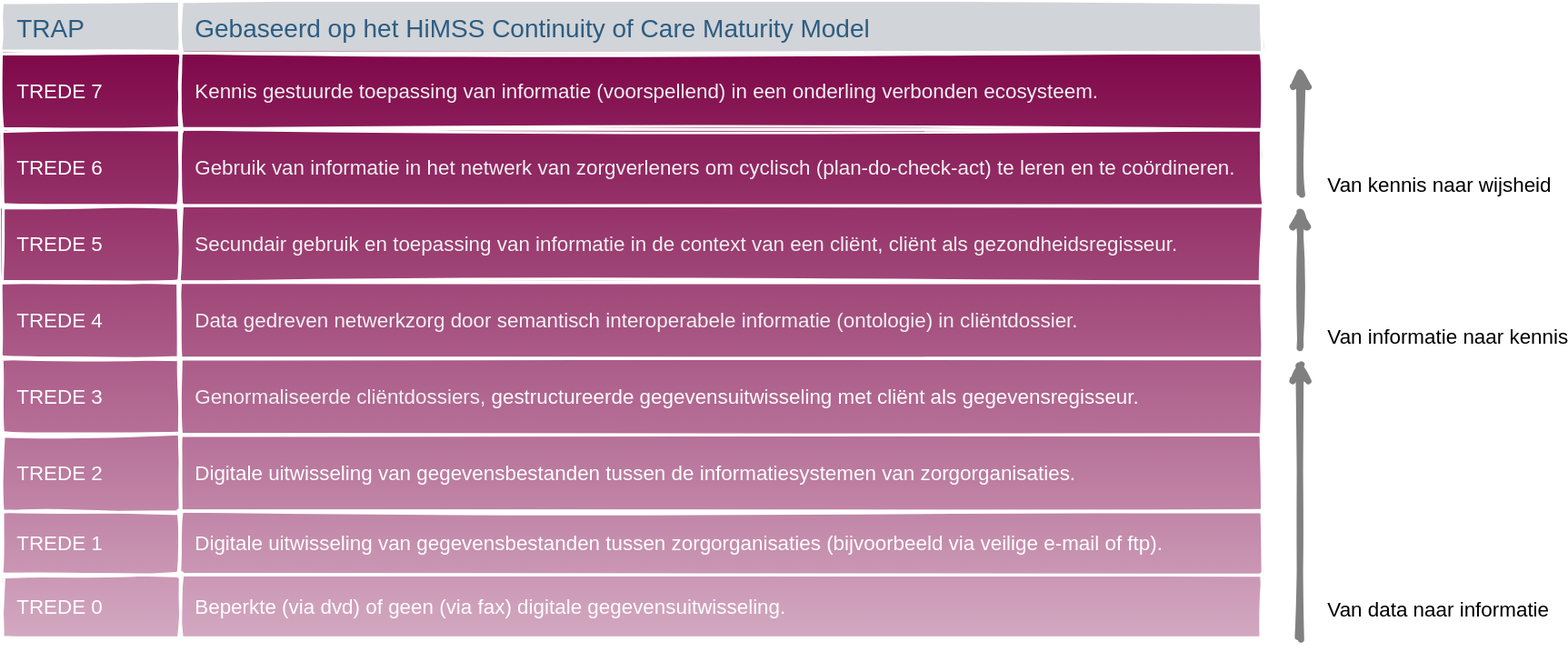
Before: .gitbook/assets/maturity.svg, a diagram exported from draw.io (dizra/docs). Source tidied: cells renumbered, new cells last; positions are measured from the earlier drawing's top-left corner, leaving out a move shared by most shapes.
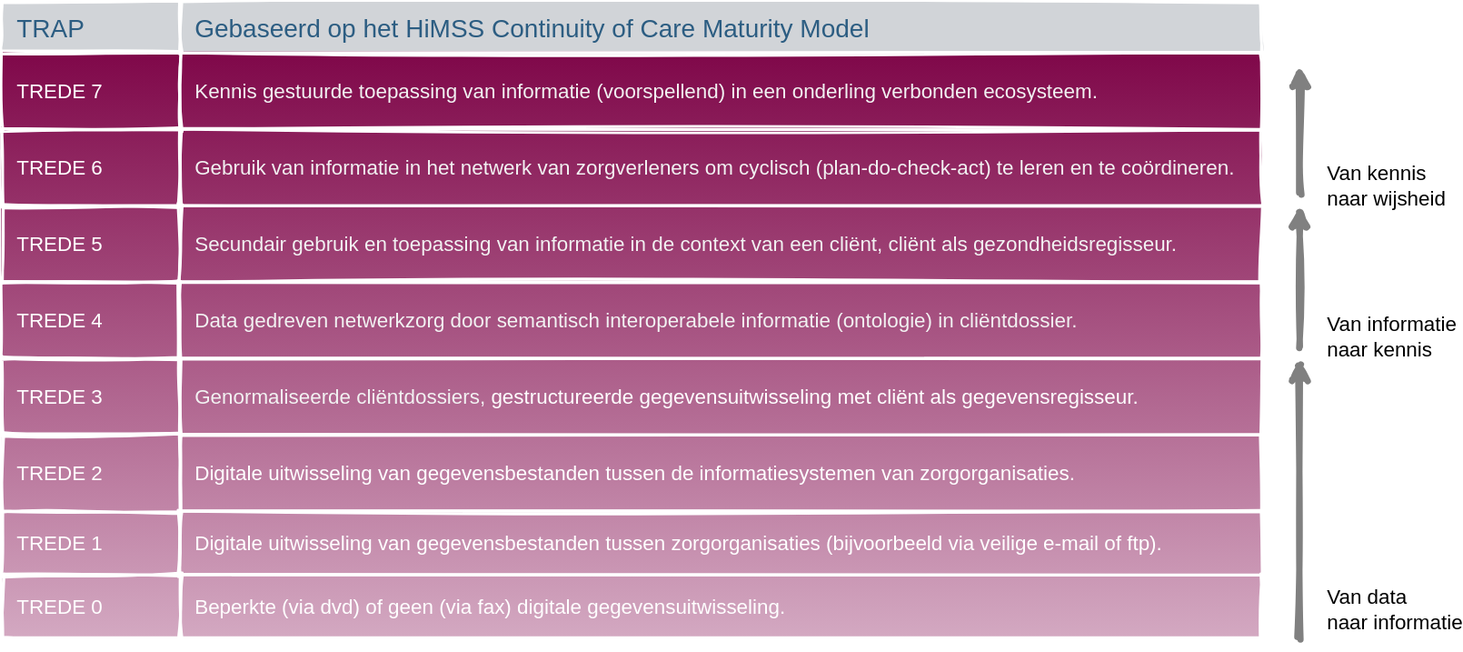
The same diagram one commit later.

The edit, as a diff of the source:
```diff
@@ -62,19 +62,19 @@
     <mxCell id="21" value="&lt;span style=&quot;font-size: 20px;&quot;&gt;Gebaseerd op het&amp;nbsp;&lt;/span&gt;&lt;span style=&quot;font-size: 20px;&quot;&gt;HiMSS&lt;/span&gt;&lt;span style=&quot;font-size: 20px;&quot;&gt;&amp;nbsp;&lt;/span&gt;&lt;span style=&quot;font-size: 20px;&quot;&gt;Continuity&lt;/span&gt;&lt;span style=&quot;font-size: 20px;&quot;&gt;&amp;nbsp;of Care&amp;nbsp;&lt;/span&gt;&lt;span style=&quot;font-size: 20px;&quot;&gt;Maturity&amp;nbsp;&lt;/span&gt;&lt;span style=&quot;font-size: 20px;&quot;&gt;Model&lt;/span&gt;" style="rounded=0;whiteSpace=wrap;html=1;sketch=1;fontSize=20;fillColor=none;align=left;spacingLeft=10;spacingRight=10;strokeColor=#FFFFFF;strokeWidth=2;fontColor=#2C5D82;" parent="1" vertex="1">
       <mxGeometry x="140" width="850" height="40" as="geometry" />
     </mxCell>
-    <mxCell id="22" value="Van data naar informatie" style="endArrow=classic;html=1;fontFamily=Helvetica;fontSize=16;strokeWidth=5;strokeColor=#808080;align=left;sketch=1;" parent="1" edge="1">
+    <mxCell id="22" value="Van data &lt;br&gt;naar informatie" style="endArrow=classic;html=1;fontFamily=Helvetica;fontSize=16;strokeWidth=5;strokeColor=#808080;align=left;sketch=1;" parent="1" edge="1">
       <mxGeometry x="-0.79" y="-20" relative="1" as="geometry">
         <mxPoint x="1020" y="500" as="sourcePoint" />
         <mxPoint x="1020" y="280" as="targetPoint" />
       </mxGeometry>
     </mxCell>
-    <mxCell id="23" value="Van informatie naar kennis" style="endArrow=classic;html=1;fontFamily=Helvetica;fontSize=16;strokeWidth=5;strokeColor=#808080;align=left;sketch=1;" parent="1" edge="1">
+    <mxCell id="23" value="Van informatie &lt;br&gt;naar kennis" style="endArrow=classic;html=1;fontFamily=Helvetica;fontSize=16;strokeWidth=5;strokeColor=#808080;align=left;sketch=1;" parent="1" edge="1">
       <mxGeometry x="-0.88" y="-20" relative="1" as="geometry">
         <mxPoint x="1020" y="270" as="sourcePoint" />
         <mxPoint x="1020" y="160" as="targetPoint" />
       </mxGeometry>
     </mxCell>
-    <mxCell id="24" value="Van kennis naar wijsheid" style="endArrow=classic;html=1;fontFamily=Helvetica;fontSize=16;strokeWidth=5;strokeColor=#808080;align=left;sketch=1;" parent="1" edge="1">
+    <mxCell id="24" value="Van kennis &lt;br&gt;naar wijsheid" style="endArrow=classic;html=1;fontFamily=Helvetica;fontSize=16;strokeWidth=5;strokeColor=#808080;align=left;sketch=1;" parent="1" edge="1">
       <mxGeometry x="-0.88" y="-20" relative="1" as="geometry">
         <mxPoint x="1020" y="150" as="sourcePoint" />
         <mxPoint x="1020" y="50" as="targetPoint" />
```
